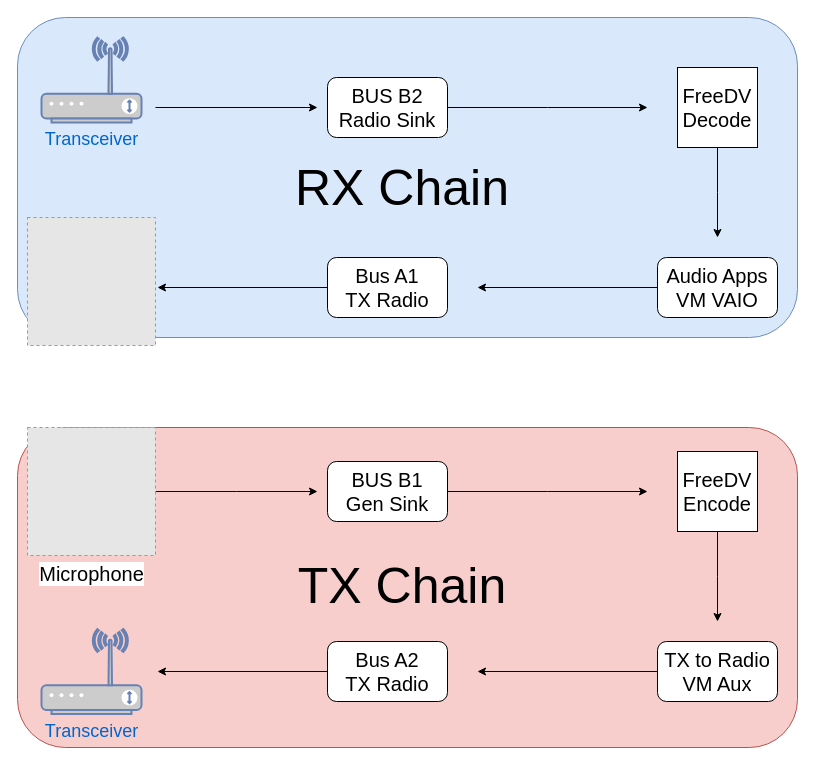
Earlier version of the draw.io diagram images/wiki/freedv-audio-flow.drawio (rfrht/Voicemeeter-FT-991A). Source tidied: cells renumbered, new cells numbered last; positions are measured from the earlier drawing's top-left corner, leaving out a move shared by most shapes. Both pictures are drawn from the tidied source at 100%, with x=0, y=0 at pixel (17, 17). Pictures stored in the file or linked from it are replaced by grey dashed boxes.
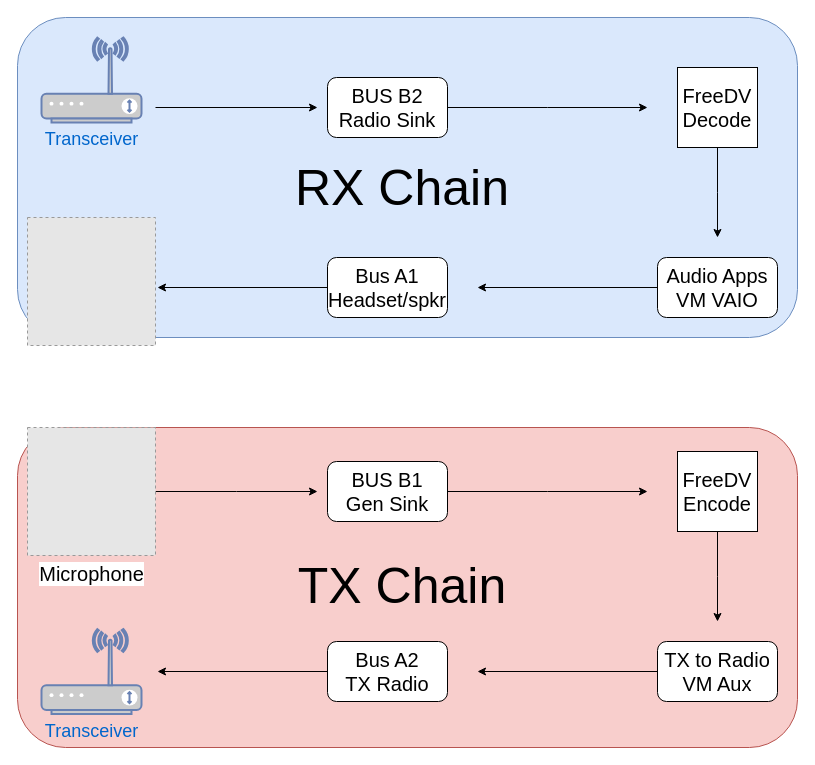
The same diagram, later.

The edit, as a diff of the source:
```diff
@@
-    <mxCell id="24" value="&lt;div style=&quot;font-size: 20px&quot;&gt;&lt;font style=&quot;font-size: 20px&quot;&gt;Bus A1&lt;br&gt;TX Radio&lt;br&gt;&lt;/font&gt;&lt;/div&gt;" style="rounded=1;whiteSpace=wrap;html=1;" parent="1" vertex="1">
+    <mxCell id="24" value="&lt;div style=&quot;font-size: 20px&quot;&gt;&lt;font style=&quot;font-size: 20px&quot;&gt;Bus A1&lt;br&gt;Headset/spkr&lt;br&gt;&lt;/font&gt;&lt;/div&gt;" style="rounded=1;whiteSpace=wrap;html=1;" parent="1" vertex="1">
       <mxGeometry x="310" y="240" width="120" height="60" as="geometry" />
     </mxCell>
```
